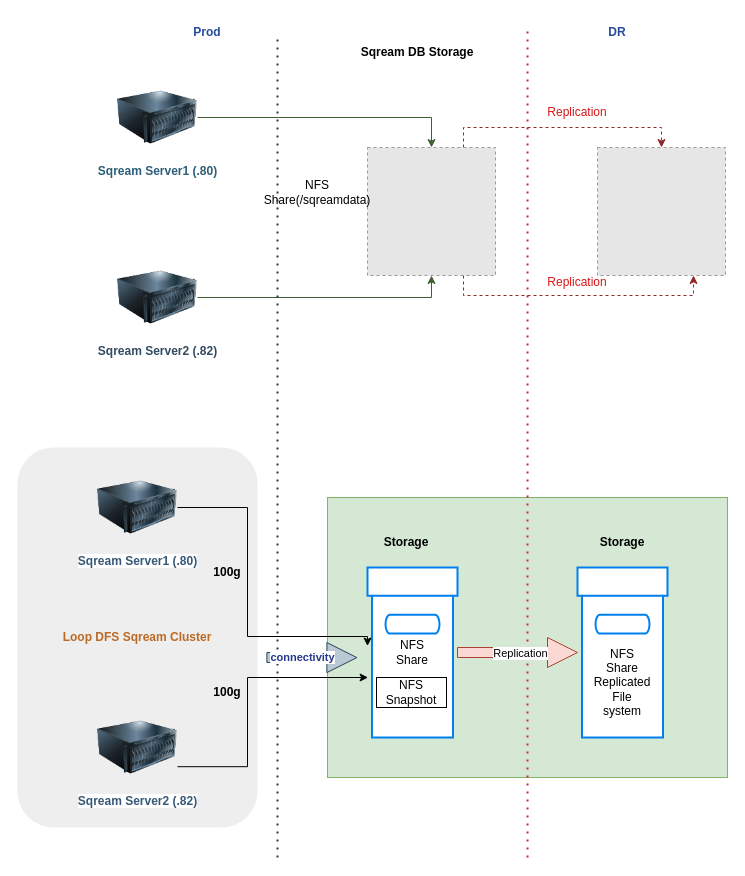
This is Business Sqream Clustering Architecture.drawio from Olson-Bytz/ITDiagrams, a draw.io file, before an edit. Source tidied: cells renumbered, new cells numbered last; positions are measured from the earlier drawing's top-left corner, leaving out a move shared by most shapes. Both pictures are drawn from the tidied source at 100%, with x=0, y=0 at pixel (17, 17). Pictures stored in the file or linked from it are replaced by grey dashed boxes.
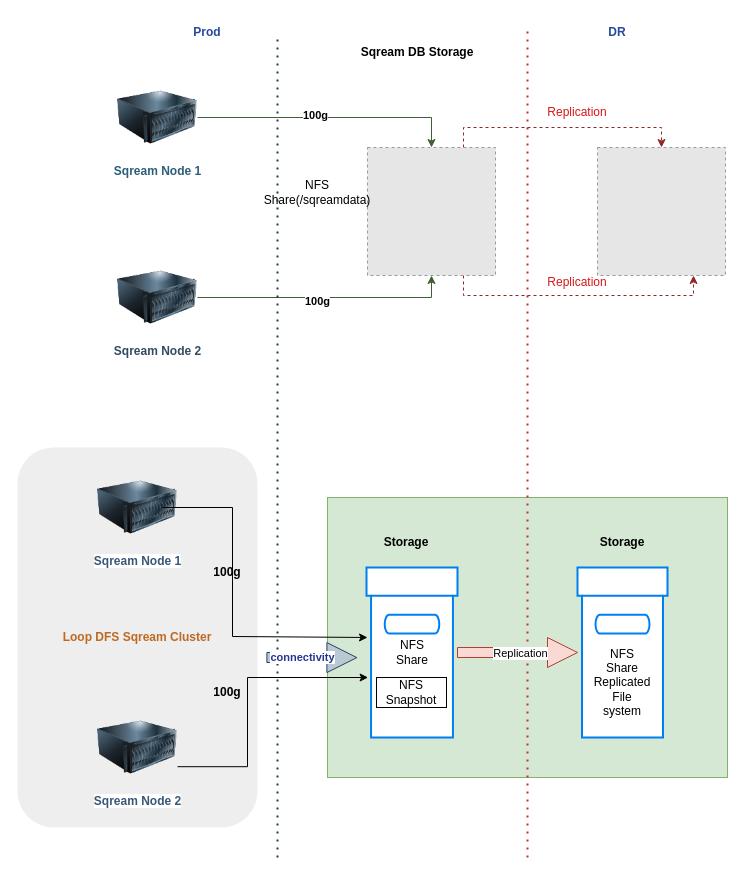
After the change.

The change refers to these unchanged cells:
```xml
<mxCell id="4" style="edgeStyle=orthogonalEdgeStyle;rounded=0;jettySize=auto;html=1;entryX=0.5;entryY=0;entryDx=0;entryDy=0;fillColor=#6d8764;strokeColor=#405f35;" parent="1" edge="1" source="5" target="10">
  <mxGeometry relative="1" as="geometry" />
</mxCell>
<mxCell id="6" style="edgeStyle=orthogonalEdgeStyle;rounded=0;jettySize=auto;html=1;entryX=0.5;entryY=1;entryDx=0;entryDy=0;fillColor=#6d8764;strokeColor=#405f35;" parent="1" edge="1" source="7" target="10">
  <mxGeometry relative="1" as="geometry" />
</mxCell>
```

What changed in the source:
```diff
@@
+    <mxCell id="37" value="100g" style="edgeLabel;html=1;align=center;verticalAlign=middle;fontStyle=1;" parent="4" vertex="1">
+      <mxGeometry x="-0.11" y="3" relative="1" as="geometry" />
+    </mxCell>
-    <mxCell id="5" value="&lt;b&gt;Sqream Server1 (.80)&lt;/b&gt;" style="image;html=1;image=img/lib/clip_art/computers/Server_128x128.png;fontColor=#2b5e78;" parent="1" vertex="1">
+    <mxCell id="5" value="&lt;b&gt;Sqream Node 1&lt;/b&gt;" style="image;html=1;image=img/lib/clip_art/computers/Server_128x128.png;fontColor=#2b5e78;" parent="1" vertex="1">
       <mxGeometry x="100" y="60" width="80" height="80" as="geometry" />
     </mxCell>
@@
+    <mxCell id="38" value="100g" style="edgeLabel;html=1;align=center;verticalAlign=middle;fontStyle=1;" parent="6" vertex="1">
+      <mxGeometry x="-0.07" y="-3" relative="1" as="geometry" />
+    </mxCell>
-    <mxCell id="7" value="&lt;b&gt;Sqream Server2 (.82)&lt;/b&gt;" style="image;html=1;image=img/lib/clip_art/computers/Server_128x128.png;fontColor=#324b62;" parent="1" vertex="1">
+    <mxCell id="7" value="&lt;b&gt;Sqream Node 2&lt;/b&gt;" style="image;html=1;image=img/lib/clip_art/computers/Server_128x128.png;fontColor=#324b62;" parent="1" vertex="1">
       <mxGeometry x="100" y="240" width="80" height="80" as="geometry" />
     </mxCell>
@@
-    <mxCell id="20" value="&lt;b style=&quot;border-color: var(--border-color);&quot;&gt;Sqream Server1 (.80)&lt;/b&gt;" style="image;html=1;image=img/lib/clip_art/computers/Server_128x128.png;fontColor=#375877;" parent="1" vertex="1">
+    <mxCell id="20" value="&lt;b style=&quot;border-color: var(--border-color);&quot;&gt;Sqream Node 1&lt;/b&gt;" style="image;html=1;image=img/lib/clip_art/computers/Server_128x128.png;fontColor=#375877;" parent="1" vertex="1">
       <mxGeometry x="80" y="450" width="80" height="80" as="geometry" />
     </mxCell>
-    <mxCell id="21" value="&lt;b style=&quot;border-color: var(--border-color);&quot;&gt;Sqream Server2 (.82)&lt;/b&gt;" style="image;html=1;image=img/lib/clip_art/computers/Server_128x128.png;fontColor=#375877;" parent="1" vertex="1">
+    <mxCell id="21" value="&lt;b style=&quot;border-color: var(--border-color);&quot;&gt;Sqream Node 2&lt;/b&gt;" style="image;html=1;image=img/lib/clip_art/computers/Server_128x128.png;fontColor=#375877;" parent="1" vertex="1">
       <mxGeometry x="80" y="690" width="80" height="80" as="geometry" />
     </mxCell>
@@
     <mxCell id="24" style="html=1;verticalLabelPosition=bottom;align=center;labelBackgroundColor=#ffffff;verticalAlign=top;strokeWidth=2;strokeColor=#0080F0;shadow=0;dashed=0;shape=mxgraph.ios7.icons.box;" parent="1" vertex="1">
-      <mxGeometry x="350" y="550" width="90" height="170" as="geometry" />
+      <mxGeometry x="349" y="550" width="91" height="170" as="geometry" />
     </mxCell>
-    <mxCell id="25" style="edgeStyle=orthogonalEdgeStyle;rounded=0;jettySize=auto;html=1;entryX=0;entryY=0.462;entryDx=0;entryDy=0;entryPerimeter=0;" parent="1" edge="1" source="20" target="24">
+    <mxCell id="25" style="edgeStyle=orthogonalEdgeStyle;rounded=0;orthogonalLoop=1;jettySize=auto;html=1;entryX=0;entryY=0;entryDx=0;entryDy=0;" parent="1" edge="1">
       <mxGeometry relative="1" as="geometry">
+        <mxPoint x="145" y="490" as="sourcePoint" />
+        <mxPoint x="350" y="620" as="targetPoint" />
         <Array as="points">
-          <mxPoint x="230" y="490" />
-          <mxPoint x="230" y="619" />
+          <mxPoint x="215" y="490" />
+          <mxPoint x="215" y="619" />
         </Array>
       </mxGeometry>
     </mxCell>
```
